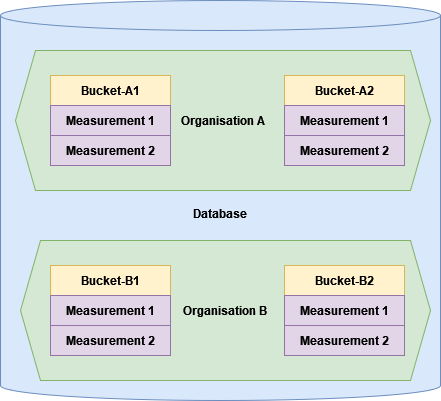
This is presentation/influxdb/concepts.png from skrabbenborg/nosql-talk, a draw.io export, as it was before one commit. Source tidied: cells renumbered, new cells last; positions are measured from the earlier drawing's top-left corner, leaving out a move shared by most shapes.
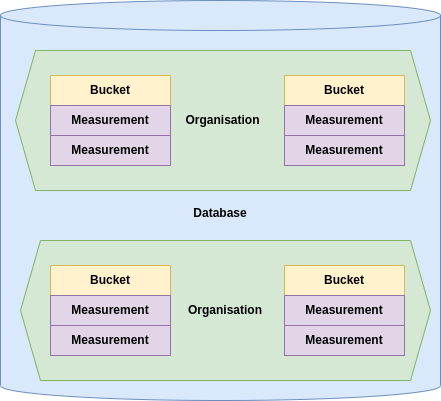
After the change.

Change to the diagram source:
```diff
@@ -5,46 +5,46 @@
     <mxCell id="2" value="&lt;b&gt;Database&lt;/b&gt;" style="shape=cylinder3;whiteSpace=wrap;html=1;boundedLbl=1;backgroundOutline=1;size=15;align=center;fillColor=#dae8fc;strokeColor=#6c8ebf;" parent="1" vertex="1">
       <mxGeometry width="440" height="400" as="geometry" />
     </mxCell>
-    <mxCell id="3" value="&lt;b&gt;Organisation B&lt;/b&gt;" style="shape=hexagon;perimeter=hexagonPerimeter2;whiteSpace=wrap;html=1;fixedSize=1;fillColor=#d5e8d4;strokeColor=#82b366;" parent="1" vertex="1">
+    <mxCell id="3" value="&lt;b&gt;Organisation&lt;/b&gt;" style="shape=hexagon;perimeter=hexagonPerimeter2;whiteSpace=wrap;html=1;fixedSize=1;fillColor=#d5e8d4;strokeColor=#82b366;" parent="1" vertex="1">
       <mxGeometry x="20" y="240" width="410" height="140" as="geometry" />
     </mxCell>
-    <mxCell id="4" value="&lt;b&gt;Bucket-B1&lt;/b&gt;" style="swimlane;fontStyle=0;horizontal=1;startSize=30;whiteSpace=wrap;html=1;fillColor=#fff2cc;strokeColor=#d6b656;" parent="1" vertex="1">
+    <mxCell id="4" value="&lt;b&gt;Bucket&lt;/b&gt;" style="swimlane;fontStyle=0;horizontal=1;startSize=30;whiteSpace=wrap;html=1;fillColor=#fff2cc;strokeColor=#d6b656;" parent="1" vertex="1">
       <mxGeometry x="50" y="265" width="120" height="90" as="geometry" />
     </mxCell>
-    <mxCell id="5" value="&lt;div align=&quot;center&quot;&gt;&lt;b&gt;Measurement 1&lt;/b&gt;&lt;/div&gt;" style="text;strokeColor=#9673a6;fillColor=#e1d5e7;align=center;verticalAlign=middle;spacingLeft=4;spacingRight=4;overflow=hidden;whiteSpace=wrap;html=1;" parent="4" vertex="1">
+    <mxCell id="5" value="&lt;div align=&quot;center&quot;&gt;&lt;b&gt;Measurement&lt;/b&gt;&lt;/div&gt;" style="text;strokeColor=#9673a6;fillColor=#e1d5e7;align=center;verticalAlign=middle;spacingLeft=4;spacingRight=4;overflow=hidden;whiteSpace=wrap;html=1;" parent="4" vertex="1">
       <mxGeometry y="30" width="120" height="30" as="geometry" />
     </mxCell>
-    <mxCell id="6" value="&lt;div align=&quot;center&quot;&gt;&lt;b&gt;Measurement 2&lt;/b&gt;&lt;/div&gt;" style="text;strokeColor=#9673a6;fillColor=#e1d5e7;align=center;verticalAlign=middle;spacingLeft=4;spacingRight=4;overflow=hidden;whiteSpace=wrap;html=1;" parent="4" vertex="1">
+    <mxCell id="6" value="&lt;div align=&quot;center&quot;&gt;&lt;b&gt;Measurement&lt;/b&gt;&lt;/div&gt;" style="text;strokeColor=#9673a6;fillColor=#e1d5e7;align=center;verticalAlign=middle;spacingLeft=4;spacingRight=4;overflow=hidden;whiteSpace=wrap;html=1;" parent="4" vertex="1">
       <mxGeometry y="60" width="120" height="30" as="geometry" />
     </mxCell>
-    <mxCell id="7" value="&lt;b&gt;Bucket-B2&lt;/b&gt;" style="swimlane;fontStyle=0;horizontal=1;startSize=30;whiteSpace=wrap;html=1;fillColor=#fff2cc;strokeColor=#d6b656;" parent="1" vertex="1">
+    <mxCell id="7" value="&lt;b&gt;Bucket&lt;/b&gt;" style="swimlane;fontStyle=0;horizontal=1;startSize=30;whiteSpace=wrap;html=1;fillColor=#fff2cc;strokeColor=#d6b656;" parent="1" vertex="1">
       <mxGeometry x="284" y="265" width="120" height="90" as="geometry" />
     </mxCell>
-    <mxCell id="8" value="&lt;b&gt;Measurement 1&lt;/b&gt;" style="text;strokeColor=#9673a6;fillColor=#e1d5e7;align=center;verticalAlign=middle;spacingLeft=4;spacingRight=4;overflow=hidden;whiteSpace=wrap;html=1;" parent="7" vertex="1">
+    <mxCell id="8" value="&lt;b&gt;Measurement&lt;/b&gt;" style="text;strokeColor=#9673a6;fillColor=#e1d5e7;align=center;verticalAlign=middle;spacingLeft=4;spacingRight=4;overflow=hidden;whiteSpace=wrap;html=1;" parent="7" vertex="1">
       <mxGeometry y="30" width="120" height="30" as="geometry" />
     </mxCell>
-    <mxCell id="9" value="&lt;div align=&quot;center&quot;&gt;&lt;b&gt;Measurement 2&lt;/b&gt;&lt;/div&gt;" style="text;strokeColor=#9673a6;fillColor=#e1d5e7;align=center;verticalAlign=middle;spacingLeft=4;spacingRight=4;overflow=hidden;whiteSpace=wrap;html=1;" parent="7" vertex="1">
+    <mxCell id="9" value="&lt;div align=&quot;center&quot;&gt;&lt;b&gt;Measurement&lt;/b&gt;&lt;/div&gt;" style="text;strokeColor=#9673a6;fillColor=#e1d5e7;align=center;verticalAlign=middle;spacingLeft=4;spacingRight=4;overflow=hidden;whiteSpace=wrap;html=1;" parent="7" vertex="1">
       <mxGeometry y="60" width="120" height="30" as="geometry" />
     </mxCell>
-    <mxCell id="10" value="&lt;b&gt;Organisation A&lt;/b&gt;" style="shape=hexagon;perimeter=hexagonPerimeter2;whiteSpace=wrap;html=1;fixedSize=1;fillColor=#d5e8d4;strokeColor=#82b366;" parent="1" vertex="1">
+    <mxCell id="10" value="&lt;b&gt;Organisation&lt;/b&gt;" style="shape=hexagon;perimeter=hexagonPerimeter2;whiteSpace=wrap;html=1;fixedSize=1;fillColor=#d5e8d4;strokeColor=#82b366;" parent="1" vertex="1">
       <mxGeometry x="15" y="50" width="415" height="140" as="geometry" />
     </mxCell>
-    <mxCell id="11" value="&lt;b&gt;Bucket-A1&lt;/b&gt;" style="swimlane;fontStyle=0;horizontal=1;startSize=30;whiteSpace=wrap;html=1;fillColor=#fff2cc;strokeColor=#d6b656;" parent="1" vertex="1">
+    <mxCell id="11" value="&lt;b&gt;Bucket&lt;/b&gt;" style="swimlane;fontStyle=0;horizontal=1;startSize=30;whiteSpace=wrap;html=1;fillColor=#fff2cc;strokeColor=#d6b656;" parent="1" vertex="1">
       <mxGeometry x="50" y="75" width="120" height="90" as="geometry" />
     </mxCell>
-    <mxCell id="12" value="&lt;div align=&quot;center&quot;&gt;&lt;b&gt;Measurement 1&lt;/b&gt;&lt;/div&gt;" style="text;strokeColor=#9673a6;fillColor=#e1d5e7;align=center;verticalAlign=middle;spacingLeft=4;spacingRight=4;overflow=hidden;whiteSpace=wrap;html=1;" parent="11" vertex="1">
+    <mxCell id="12" value="&lt;div align=&quot;center&quot;&gt;&lt;b&gt;Measurement&lt;/b&gt;&lt;/div&gt;" style="text;strokeColor=#9673a6;fillColor=#e1d5e7;align=center;verticalAlign=middle;spacingLeft=4;spacingRight=4;overflow=hidden;whiteSpace=wrap;html=1;" parent="11" vertex="1">
       <mxGeometry y="30" width="120" height="30" as="geometry" />
     </mxCell>
-    <mxCell id="13" value="&lt;div align=&quot;center&quot;&gt;&lt;b&gt;Measurement 2&lt;/b&gt;&lt;/div&gt;" style="text;strokeColor=#9673a6;fillColor=#e1d5e7;align=center;verticalAlign=middle;spacingLeft=4;spacingRight=4;overflow=hidden;whiteSpace=wrap;html=1;" parent="11" vertex="1">
+    <mxCell id="13" value="&lt;div align=&quot;center&quot;&gt;&lt;b&gt;Measurement&lt;/b&gt;&lt;/div&gt;" style="text;strokeColor=#9673a6;fillColor=#e1d5e7;align=center;verticalAlign=middle;spacingLeft=4;spacingRight=4;overflow=hidden;whiteSpace=wrap;html=1;" parent="11" vertex="1">
       <mxGeometry y="60" width="120" height="30" as="geometry" />
     </mxCell>
-    <mxCell id="14" value="&lt;b&gt;Bucket-A2&lt;/b&gt;" style="swimlane;fontStyle=0;horizontal=1;startSize=30;whiteSpace=wrap;html=1;fillColor=#fff2cc;strokeColor=#d6b656;" parent="1" vertex="1">
+    <mxCell id="14" value="&lt;b&gt;Bucket&lt;/b&gt;" style="swimlane;fontStyle=0;horizontal=1;startSize=30;whiteSpace=wrap;html=1;fillColor=#fff2cc;strokeColor=#d6b656;" parent="1" vertex="1">
       <mxGeometry x="284" y="75" width="120" height="90" as="geometry" />
     </mxCell>
-    <mxCell id="15" value="&lt;div align=&quot;center&quot;&gt;&lt;b&gt;Measurement 1&lt;/b&gt;&lt;/div&gt;" style="text;strokeColor=#9673a6;fillColor=#e1d5e7;align=center;verticalAlign=middle;spacingLeft=4;spacingRight=4;overflow=hidden;whiteSpace=wrap;html=1;" parent="14" vertex="1">
+    <mxCell id="15" value="&lt;div align=&quot;center&quot;&gt;&lt;b&gt;Measurement&lt;/b&gt;&lt;/div&gt;" style="text;strokeColor=#9673a6;fillColor=#e1d5e7;align=center;verticalAlign=middle;spacingLeft=4;spacingRight=4;overflow=hidden;whiteSpace=wrap;html=1;" parent="14" vertex="1">
       <mxGeometry y="30" width="120" height="30" as="geometry" />
     </mxCell>
-    <mxCell id="16" value="&lt;div align=&quot;center&quot;&gt;&lt;b&gt;Measurement 2&lt;/b&gt;&lt;/div&gt;" style="text;strokeColor=#9673a6;fillColor=#e1d5e7;align=center;verticalAlign=middle;spacingLeft=4;spacingRight=4;overflow=hidden;whiteSpace=wrap;html=1;" parent="14" vertex="1">
+    <mxCell id="16" value="&lt;div align=&quot;center&quot;&gt;&lt;b&gt;Measurement&lt;/b&gt;&lt;/div&gt;" style="text;strokeColor=#9673a6;fillColor=#e1d5e7;align=center;verticalAlign=middle;spacingLeft=4;spacingRight=4;overflow=hidden;whiteSpace=wrap;html=1;" parent="14" vertex="1">
       <mxGeometry y="60" width="120" height="30" as="geometry" />
     </mxCell>
   </root>
```
